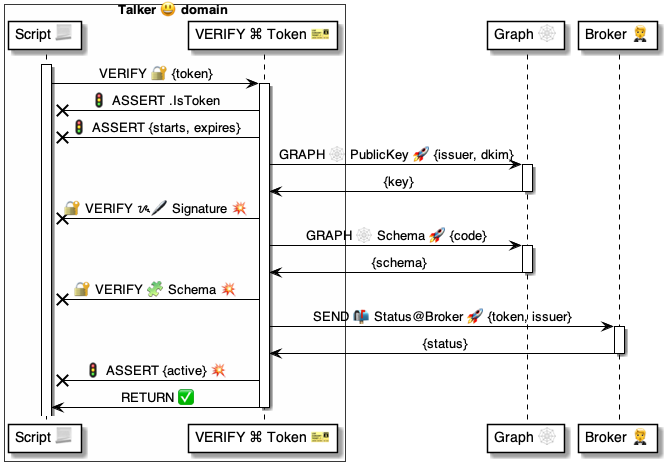
Before: 4 ⚙️ Solution/37 Scripts 📃/📃 Commands ⌘/⌘ for messages 📨/VERIFY 🔐/VERIFY Token 🎫/🔐 VERIFY Token ⚙️ uml.png, a diagram exported from PlantUML (pollyweb-org/pollyweb-docs). Its source is kept beside it as 4 ⚙️ Solution/37 Scripts 📃/📃 Commands ⌘/⌘ for messages 📨/VERIFY 🔐/VERIFY Token 🎫/🔐 VERIFY Token ⚙️ uml.puml.
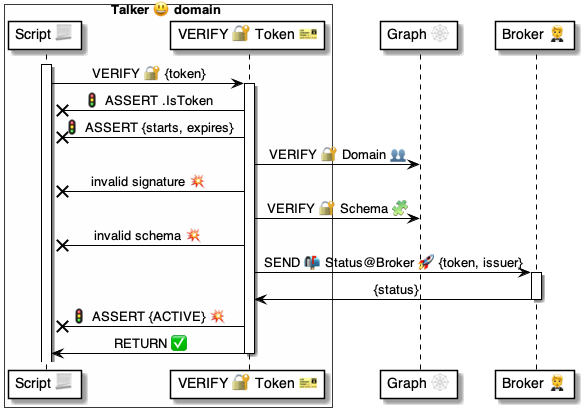
The same file after the commit.

Diff of the diagram source:
```diff
@@ -2,7 +2,7 @@
 
 box Talker 😃 domain #FFFFFA
     participant "Script 📃" as script
-    participant "VERIFY ⌘ Token 🎫" as verify
+    participant "VERIFY 🔐 Token 🎫" as verify
 end box
 participant "Graph 🕸" as graph
 participant "Broker 🤵" as broker
@@ -16,26 +16,18 @@
     verify -x script: 🚦 ASSERT .IsToken
     verify -x script: 🚦 ASSERT {starts, expires}
 
-    verify -> graph: GRAPH 🕸 PublicKey 🚀 {issuer, dkim}
-    activate graph
-        graph -> verify: {key}
-    deactivate graph
+    verify -> graph: VERIFY 🔐 Domain 👥
+    verify -x script: invalid signature 💥
 
-    verify -x script: 🔐 VERIFY ᝰ🖊 Signature 💥
-
-    verify -> graph: GRAPH 🕸 Schema 🚀 {code}
-    activate graph
-        graph -> verify: {schema}
-    deactivate graph
-
-    verify -x script: 🔐 VERIFY 🧩 Schema 💥
+    verify -> graph: VERIFY 🔐 Schema 🧩
+    verify -x script: invalid schema 💥
 
     verify -> broker: SEND 📬 Status@Broker 🚀 {token, issuer}
     activate broker
         broker -> verify: {status}
     deactivate broker
 
-    verify -x script: 🚦 ASSERT {active} 💥
+    verify -x script: 🚦 ASSERT {ACTIVE} 💥
 
     verify -> script: RETURN ✅
 
```
